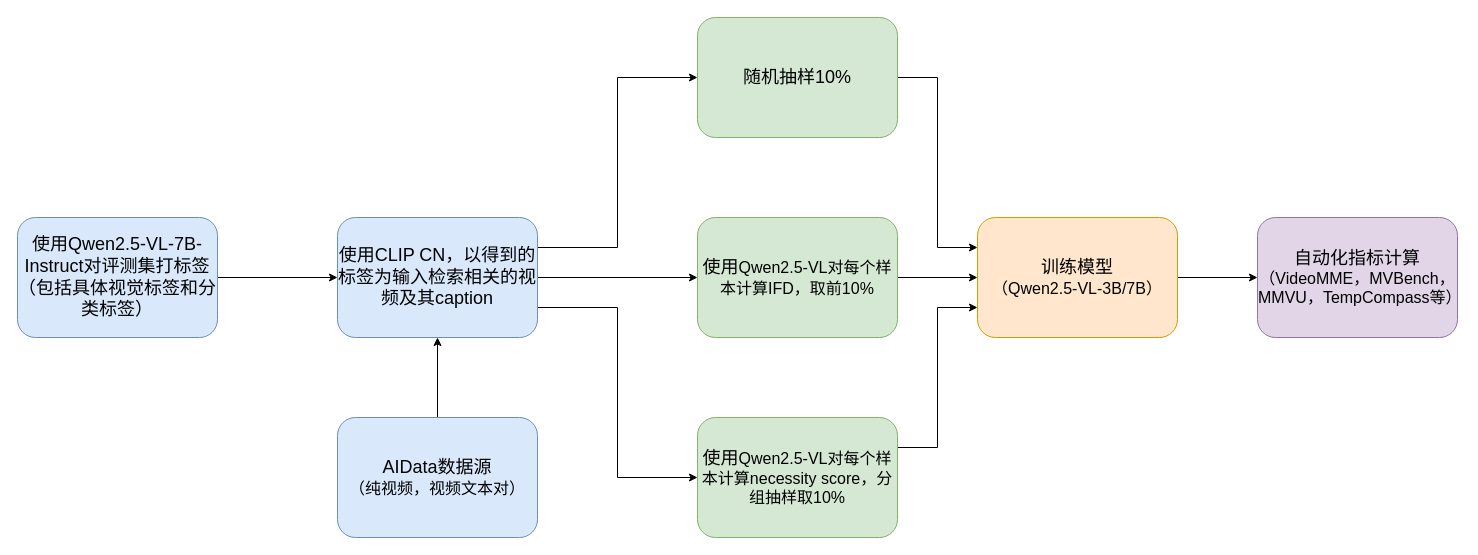
Before: 大模型数据选择与训练评测流程.drawio in jiashenggu/ai_in_bio, a draw.io diagram. Source tidied: cells renumbered, new cells numbered last; positions are measured from the earlier drawing's top-left corner, leaving out a move shared by most shapes. Both pictures are drawn from the tidied source at 100%, with x=0, y=0 at pixel (17, 17).
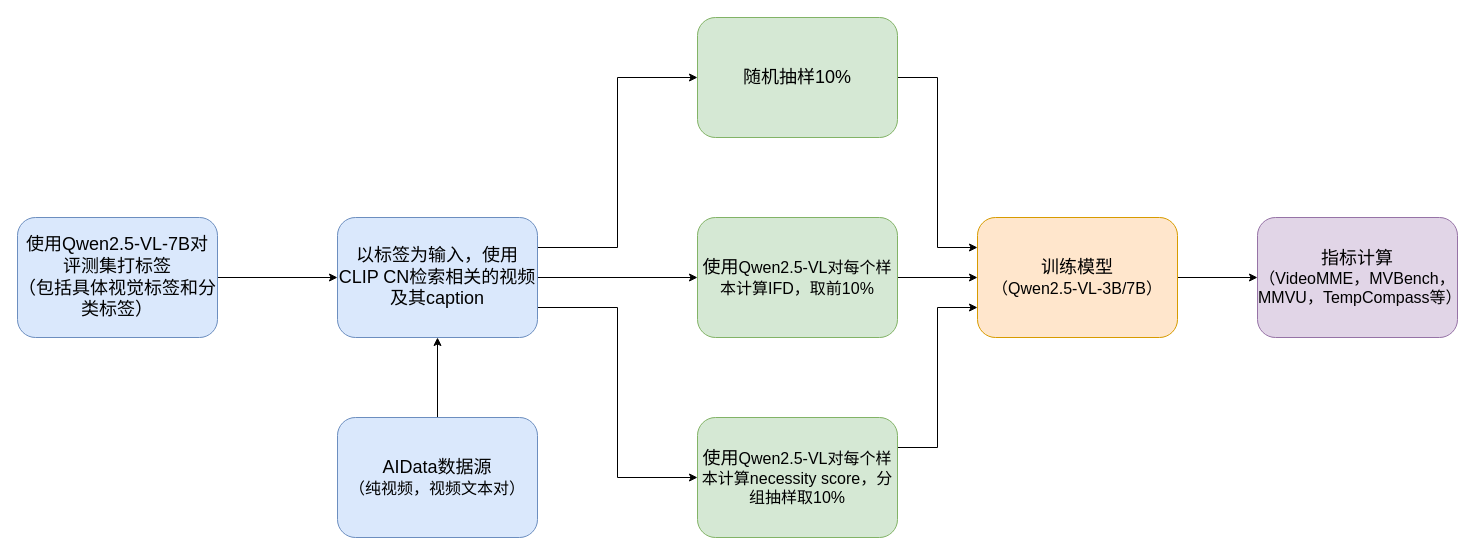
The same page after the edit.

Commit message:
更新大模型数据选择与训练评测流程.drawio

The edit, as a diff of the source:
```diff
@@
 <mxGraphModel>
   <root>
     <mxCell id="0" />
     <mxCell id="1" parent="0" />
     <mxCell id="2" style="edgeStyle=orthogonalEdgeStyle;rounded=0;jettySize=auto;html=1;entryX=0.5;entryY=1;entryDx=0;entryDy=0;" parent="1" edge="1" source="3" target="14">
       <mxGeometry relative="1" as="geometry" />
     </mxCell>
     <mxCell id="3" value="&lt;font style=&quot;font-size: 18px;&quot;&gt;AIData数据源&lt;/font&gt;&lt;div&gt;&lt;font size=&quot;3&quot;&gt;（纯视频，视频文本对）&lt;/font&gt;&lt;/div&gt;" style="rounded=1;whiteSpace=wrap;html=1;fillColor=#dae8fc;strokeColor=#6c8ebf;" parent="1" vertex="1">
       <mxGeometry x="320" y="400" width="200" height="120" as="geometry" />
     </mxCell>
     <mxCell id="4" style="edgeStyle=orthogonalEdgeStyle;rounded=0;jettySize=auto;html=1;entryX=0;entryY=0.5;entryDx=0;entryDy=0;" parent="1" edge="1" source="5" target="7">
       <mxGeometry relative="1" as="geometry" />
     </mxCell>
     <mxCell id="5" value="&lt;span style=&quot;font-size: 18px;&quot;&gt;使用&lt;/span&gt;&lt;span style=&quot;font-size: medium;&quot;&gt;Qwen2.5-VL对每个样本计算IFD，取前10%&lt;/span&gt;" style="rounded=1;whiteSpace=wrap;html=1;fillColor=#d5e8d4;strokeColor=#82b366;" parent="1" vertex="1">
       <mxGeometry x="680" y="200" width="200" height="120" as="geometry" />
     </mxCell>
     <mxCell id="6" style="edgeStyle=orthogonalEdgeStyle;rounded=0;jettySize=auto;html=1;exitX=1;exitY=0.5;exitDx=0;exitDy=0;entryX=0;entryY=0.5;entryDx=0;entryDy=0;" parent="1" edge="1" source="7" target="8">
       <mxGeometry relative="1" as="geometry" />
     </mxCell>
     <mxCell id="7" value="&lt;font style=&quot;font-size: 18px;&quot;&gt;训练模型&lt;/font&gt;&lt;div&gt;&lt;font size=&quot;3&quot; style=&quot;&quot;&gt;（Qwen2.5-VL-3B/7B）&lt;/font&gt;&lt;/div&gt;" style="rounded=1;whiteSpace=wrap;html=1;fillColor=#ffe6cc;strokeColor=#d79b00;" parent="1" vertex="1">
       <mxGeometry x="960" y="200" width="200" height="120" as="geometry" />
     </mxCell>
-    <mxCell id="8" value="&lt;font style=&quot;font-size: 18px;&quot;&gt;自动化指标计算&lt;/font&gt;&lt;div&gt;&lt;font size=&quot;3&quot; style=&quot;&quot;&gt;（VideoMME，MVBench，MMVU，TempCompass等）&lt;/font&gt;&lt;/div&gt;" style="rounded=1;whiteSpace=wrap;html=1;fillColor=#e1d5e7;strokeColor=#9673a6;" parent="1" vertex="1">
+    <mxCell id="8" value="&lt;font style=&quot;font-size: 18px;&quot;&gt;指标计算&lt;/font&gt;&lt;div&gt;&lt;font size=&quot;3&quot; style=&quot;&quot;&gt;（VideoMME，MVBench，MMVU，TempCompass等）&lt;/font&gt;&lt;/div&gt;" style="rounded=1;whiteSpace=wrap;html=1;fillColor=#e1d5e7;strokeColor=#9673a6;" parent="1" vertex="1">
       <mxGeometry x="1240" y="200" width="200" height="120" as="geometry" />
     </mxCell>
     <mxCell id="9" style="edgeStyle=orthogonalEdgeStyle;rounded=0;jettySize=auto;html=1;entryX=0;entryY=0.5;entryDx=0;entryDy=0;" parent="1" edge="1" source="10" target="14">
       <mxGeometry relative="1" as="geometry" />
     </mxCell>
-    <mxCell id="10" value="&lt;font style=&quot;font-size: 18px;&quot;&gt;使用&lt;span style=&quot;color: light-dark(rgb(0, 0, 0), rgb(255, 255, 255)); background-color: transparent; text-align: left;&quot;&gt;Qwen2.5-VL-7B-Instruct对评测集打标签&lt;/span&gt;&lt;/font&gt;&lt;div&gt;&lt;font style=&quot;font-size: 18px;&quot;&gt;&lt;span style=&quot;color: light-dark(rgb(0, 0, 0), rgb(255, 255, 255)); background-color: transparent; text-align: left;&quot;&gt;（包括具体视觉标签和分类标签）&lt;/span&gt;&lt;/font&gt;&lt;/div&gt;" style="rounded=1;whiteSpace=wrap;html=1;fillColor=#dae8fc;strokeColor=#6c8ebf;" parent="1" vertex="1">
+    <mxCell id="10" value="&lt;font style=&quot;font-size: 18px;&quot;&gt;使用&lt;span style=&quot;color: light-dark(rgb(0, 0, 0), rgb(255, 255, 255)); background-color: transparent; text-align: left;&quot;&gt;Qwen2.5-VL-7B对评测集打标签&lt;/span&gt;&lt;/font&gt;&lt;div&gt;&lt;font style=&quot;font-size: 18px;&quot;&gt;&lt;span style=&quot;color: light-dark(rgb(0, 0, 0), rgb(255, 255, 255)); background-color: transparent; text-align: left;&quot;&gt;（包括具体视觉标签和分类标签）&lt;/span&gt;&lt;/font&gt;&lt;/div&gt;" style="rounded=1;whiteSpace=wrap;html=1;fillColor=#dae8fc;strokeColor=#6c8ebf;" parent="1" vertex="1">
       <mxGeometry y="200" width="200" height="120" as="geometry" />
     </mxCell>
     <mxCell id="11" style="edgeStyle=orthogonalEdgeStyle;rounded=0;jettySize=auto;html=1;entryX=0;entryY=0.5;entryDx=0;entryDy=0;" parent="1" edge="1" source="14" target="5">
       <mxGeometry relative="1" as="geometry" />
     </mxCell>
     <mxCell id="12" style="edgeStyle=orthogonalEdgeStyle;rounded=0;jettySize=auto;html=1;exitX=1;exitY=0.25;exitDx=0;exitDy=0;entryX=0;entryY=0.5;entryDx=0;entryDy=0;" parent="1" edge="1" source="14" target="18">
       <mxGeometry relative="1" as="geometry" />
     </mxCell>
     <mxCell id="13" style="edgeStyle=orthogonalEdgeStyle;rounded=0;jettySize=auto;html=1;exitX=1;exitY=0.75;exitDx=0;exitDy=0;entryX=0;entryY=0.5;entryDx=0;entryDy=0;" parent="1" edge="1" source="14" target="16">
       <mxGeometry relative="1" as="geometry" />
     </mxCell>
-    <mxCell id="14" value="&lt;span style=&quot;font-size: 18px;&quot;&gt;使用CLIP CN，以得到的标签为输入检索相关的视频及其caption&lt;/span&gt;" style="rounded=1;whiteSpace=wrap;html=1;fillColor=#dae8fc;strokeColor=#6c8ebf;" parent="1" vertex="1">
+    <mxCell id="14" value="&lt;span style=&quot;font-size: 18px;&quot;&gt;以标签为输入，&lt;/span&gt;&lt;span style=&quot;font-size: 18px;&quot;&gt;使用CLIP CN检索相关的视频及其caption&lt;/span&gt;" style="rounded=1;whiteSpace=wrap;html=1;fillColor=#dae8fc;strokeColor=#6c8ebf;" parent="1" vertex="1">
       <mxGeometry x="320" y="200" width="200" height="120" as="geometry" />
     </mxCell>
     <mxCell id="15" style="edgeStyle=orthogonalEdgeStyle;rounded=0;jettySize=auto;html=1;exitX=1;exitY=0.25;exitDx=0;exitDy=0;entryX=0;entryY=0.75;entryDx=0;entryDy=0;" parent="1" edge="1" source="16" target="7">
       <mxGeometry relative="1" as="geometry" />
     </mxCell>
     <mxCell id="16" value="&lt;span style=&quot;font-size: 18px;&quot;&gt;使用&lt;/span&gt;&lt;span style=&quot;font-size: medium;&quot;&gt;Qwen2.5-VL对每个样本计算necessity score，分组抽样取10%&lt;/span&gt;" style="rounded=1;whiteSpace=wrap;html=1;fillColor=#d5e8d4;strokeColor=#82b366;" parent="1" vertex="1">
       <mxGeometry x="680" y="400" width="200" height="120" as="geometry" />
     </mxCell>
     <mxCell id="17" style="edgeStyle=orthogonalEdgeStyle;rounded=0;jettySize=auto;html=1;entryX=0;entryY=0.25;entryDx=0;entryDy=0;" parent="1" edge="1" source="18" target="7">
       <mxGeometry relative="1" as="geometry" />
     </mxCell>
     <mxCell id="18" value="&lt;span style=&quot;font-size: 18px;&quot;&gt;随机抽样10%&lt;/span&gt;" style="rounded=1;whiteSpace=wrap;html=1;fillColor=#d5e8d4;strokeColor=#82b366;" parent="1" vertex="1">
       <mxGeometry x="680" width="200" height="120" as="geometry" />
     </mxCell>
   </root>
 </mxGraphModel>
```
